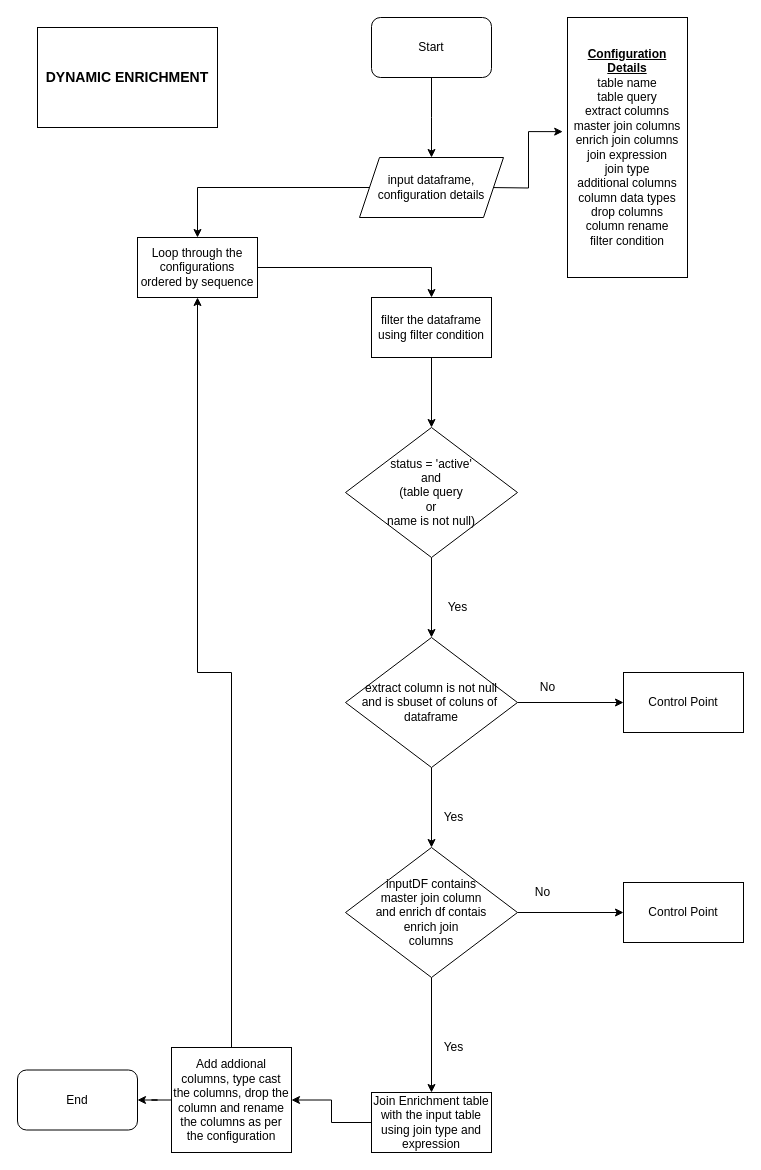
The draw.io diagram page "enrichment" (2 of 2) of JSONParsing.drawio in praneethsai83/GenericProcessing, before the edit. Source tidied: cells renumbered, new cells numbered last; positions are measured from the earlier drawing's top-left corner, leaving out a move shared by most shapes. Both pictures are drawn from the tidied source at 100%, with x=0, y=0 at pixel (17, 17).
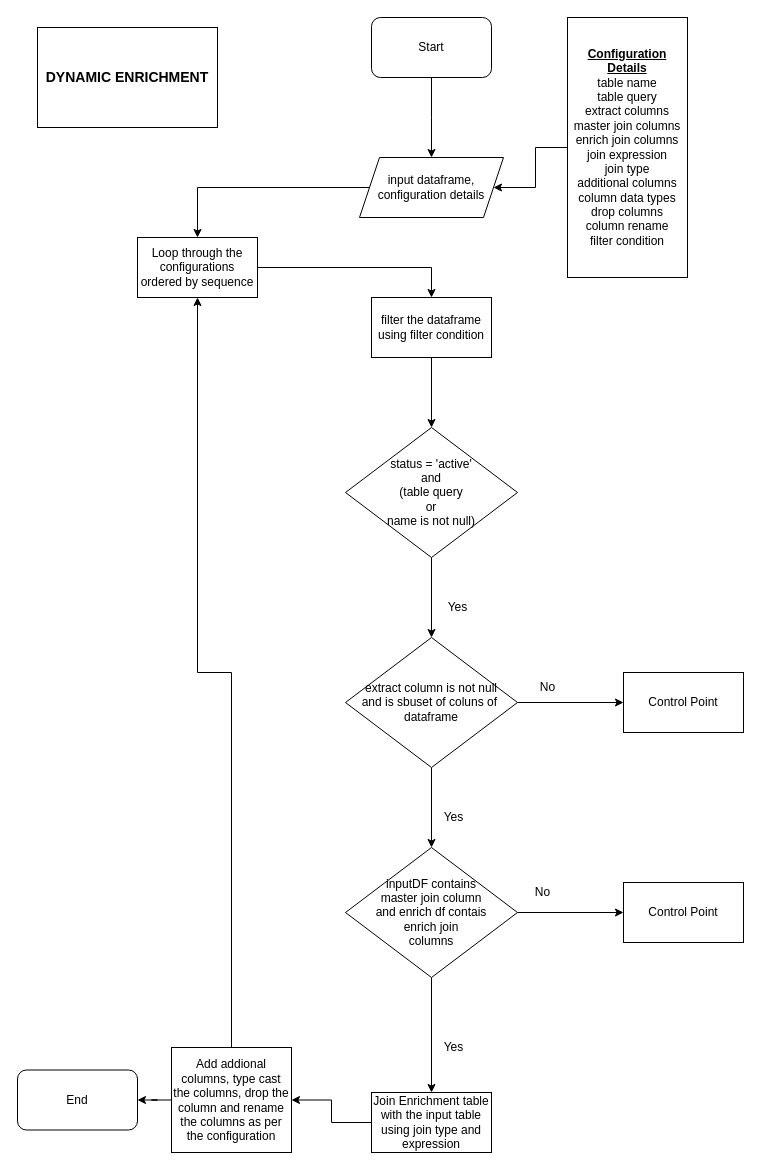
The same diagram, later.

The change refers to these unchanged cells:
```xml
<mxCell id="5" value="&lt;b&gt;&lt;u&gt;Configuration Details&lt;/u&gt;&lt;/b&gt;&lt;br&gt;table name&lt;br&gt;table query&lt;br&gt;extract columns&lt;br&gt;master join columns&lt;br&gt;enrich join columns&lt;br&gt;join expression&lt;br&gt;join type&lt;br&gt;additional columns&lt;br&gt;column data types&lt;br&gt;drop columns&lt;br&gt;column rename&lt;br&gt;filter condition" style="rounded=0;whiteSpace=wrap;html=1;" parent="1" vertex="1">
  <mxGeometry x="550" width="120" height="260" as="geometry" />
</mxCell>
<mxCell id="7" value="input dataframe, configuration details" style="shape=parallelogram;perimeter=parallelogramPerimeter;whiteSpace=wrap;html=1;fixedSize=1;" parent="1" vertex="1">
  <mxGeometry x="342" y="140" width="144" height="60" as="geometry" />
</mxCell>
```

What changed in the source:
```diff
@@
-    <mxCell id="4" style="edgeStyle=orthogonalEdgeStyle;rounded=0;jettySize=auto;html=1;entryX=-0.04;entryY=0.439;entryDx=0;entryDy=0;entryPerimeter=0;" parent="1" edge="1" target="5">
-      <mxGeometry relative="1" as="geometry">
-        <mxPoint x="471" y="170" as="sourcePoint" />
-      </mxGeometry>
-    </mxCell>
+    <mxCell id="34" style="edgeStyle=orthogonalEdgeStyle;rounded=0;jettySize=auto;html=1;entryX=1;entryY=0.5;entryDx=0;entryDy=0;" parent="1" edge="1" source="5" target="7">
+      <mxGeometry relative="1" as="geometry" />
+    </mxCell>
```
